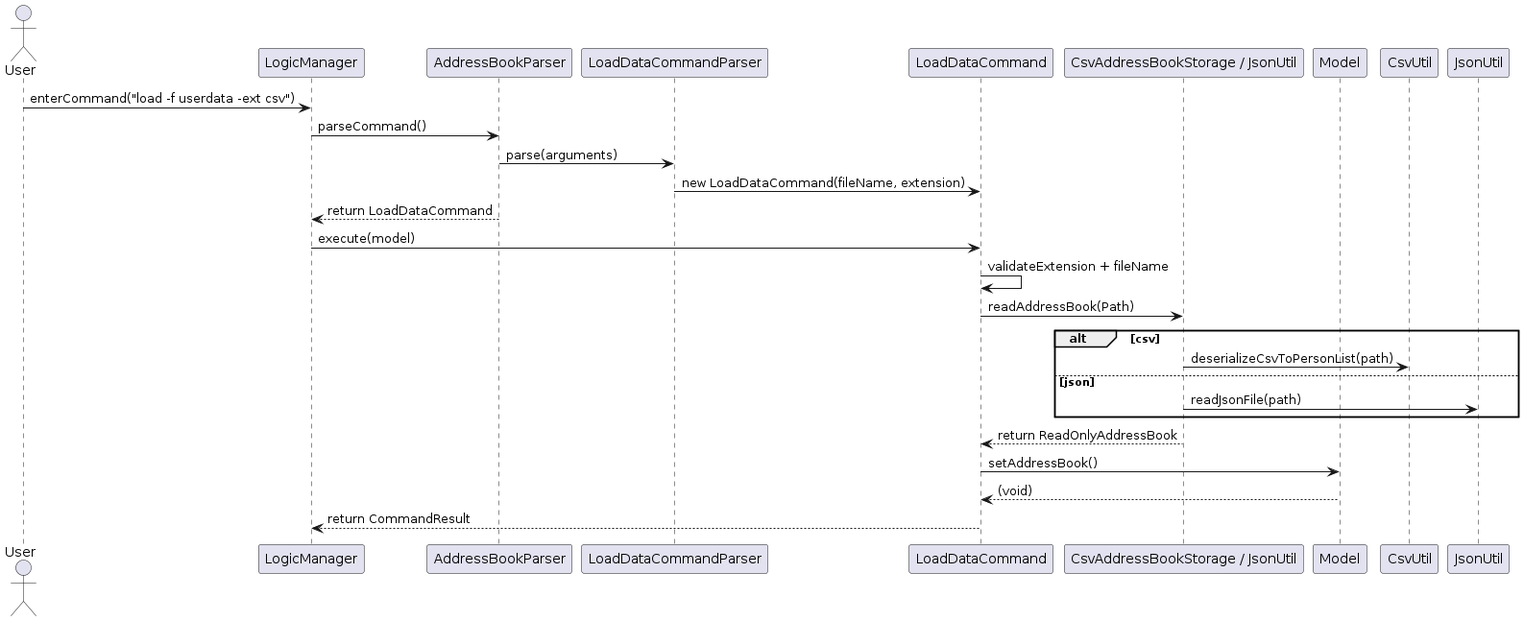
Before: diagrams/LoadDataSequenceDiagram.png, a diagram exported from PlantUML (ChinZJ/tp). Its source is kept beside it as diagrams/LoadDataSequenceDiagram.puml.
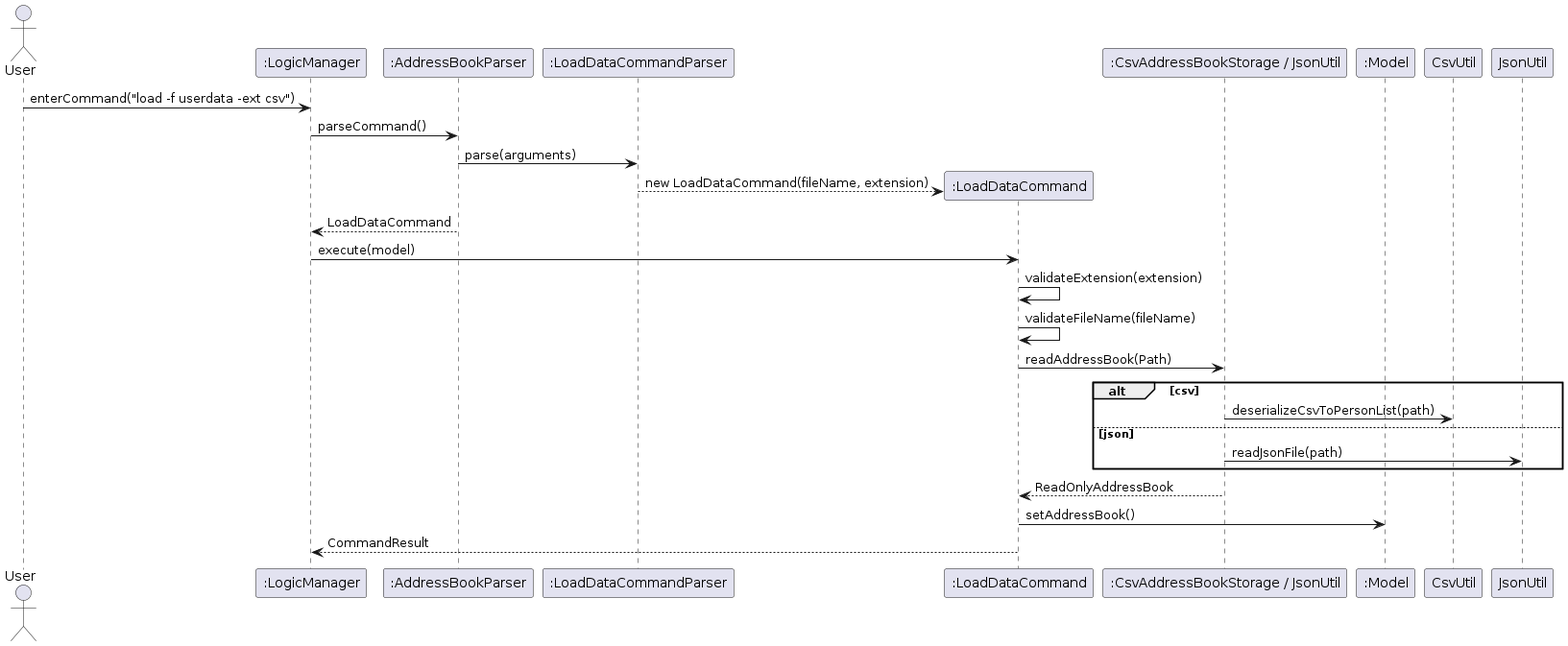
After the change.

Diff of the diagram source:
```diff
@@ -1,20 +1,21 @@
 @startuml
 actor User
-participant "LogicManager" as Logic
-participant "AddressBookParser" as Parser
-participant "LoadDataCommandParser" as CmdParser
-participant "LoadDataCommand" as Command
-participant "CsvAddressBookStorage / JsonUtil" as Storage
-participant "Model" as Model
+participant ":LogicManager" as Logic
+participant ":AddressBookParser" as Parser
+participant ":LoadDataCommandParser" as CmdParser
+participant ":LoadDataCommand" as Command
+participant ":CsvAddressBookStorage / JsonUtil" as Storage
+participant ":Model" as Model
 
 User -> Logic : enterCommand("load -f userdata -ext csv")
 Logic -> Parser : parseCommand()
 Parser -> CmdParser : parse(arguments)
-CmdParser -> Command : new LoadDataCommand(fileName, extension)
-Parser --> Logic : return LoadDataCommand
+CmdParser --> Command ** : new LoadDataCommand(fileName, extension)
+Parser --> Logic : LoadDataCommand
 
 Logic -> Command : execute(model)
-Command -> Command : validateExtension + fileName
+Command -> Command : validateExtension(extension)
+Command -> Command : validateFileName(fileName)
 Command -> Storage : readAddressBook(Path)
 
 alt csv
@@ -23,10 +24,9 @@
     Storage -> JsonUtil : readJsonFile(path)
 end
 
-Storage --> Command : return ReadOnlyAddressBook
+Storage --> Command : ReadOnlyAddressBook
 Command -> Model : setAddressBook()
 
-Model --> Command : (void)
-Command --> Logic : return CommandResult
+Command --> Logic : CommandResult
 
 @enduml
```
